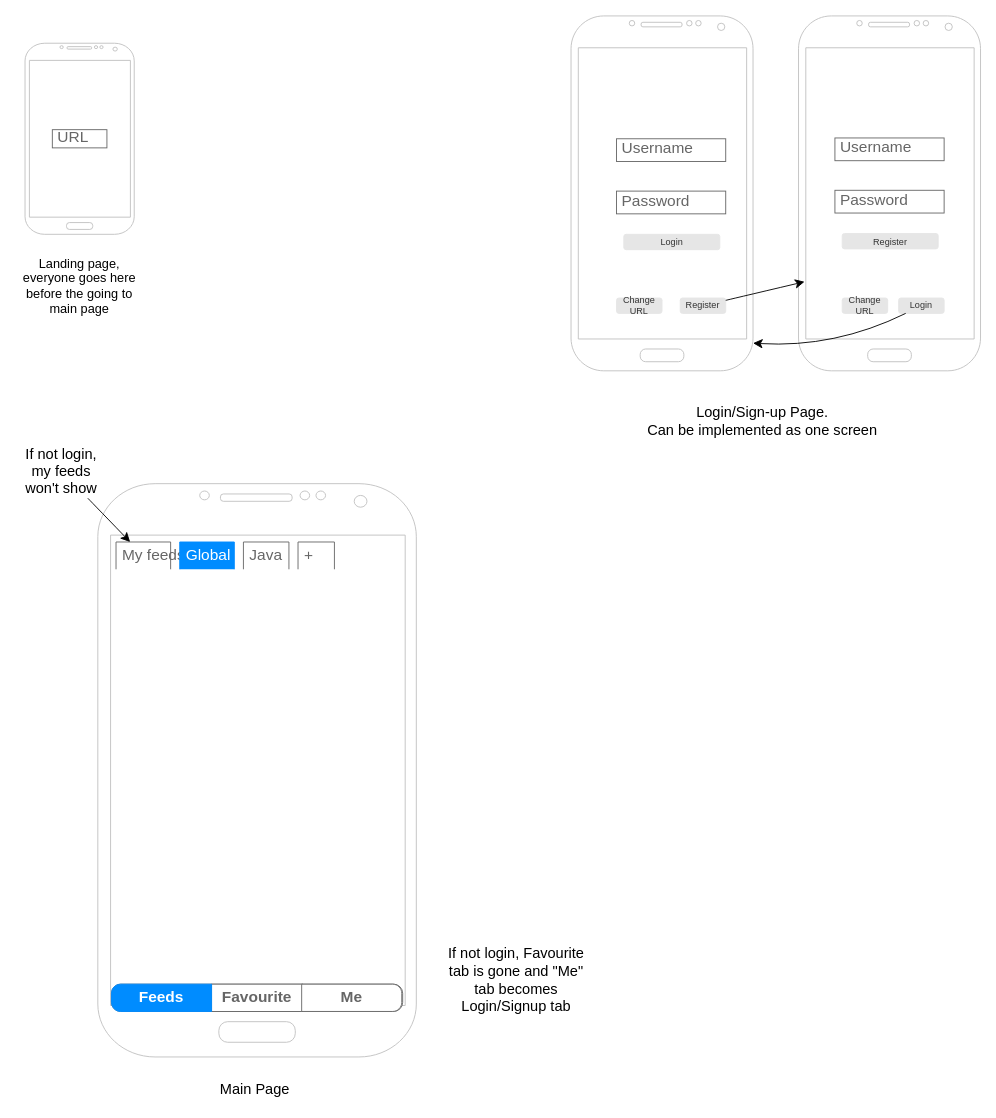
This is page "GUI" (4 of 6) of doc/diagrams.drawio from CXwudi/realworld-compose-http4k-example-app, a draw.io file, before an edit. Source tidied: cells renumbered, new cells numbered last; positions are measured from the earlier drawing's top-left corner, leaving out a move shared by most shapes. Both pictures are drawn from the tidied source at 91%, with x=0, y=0 at pixel (15, 15).
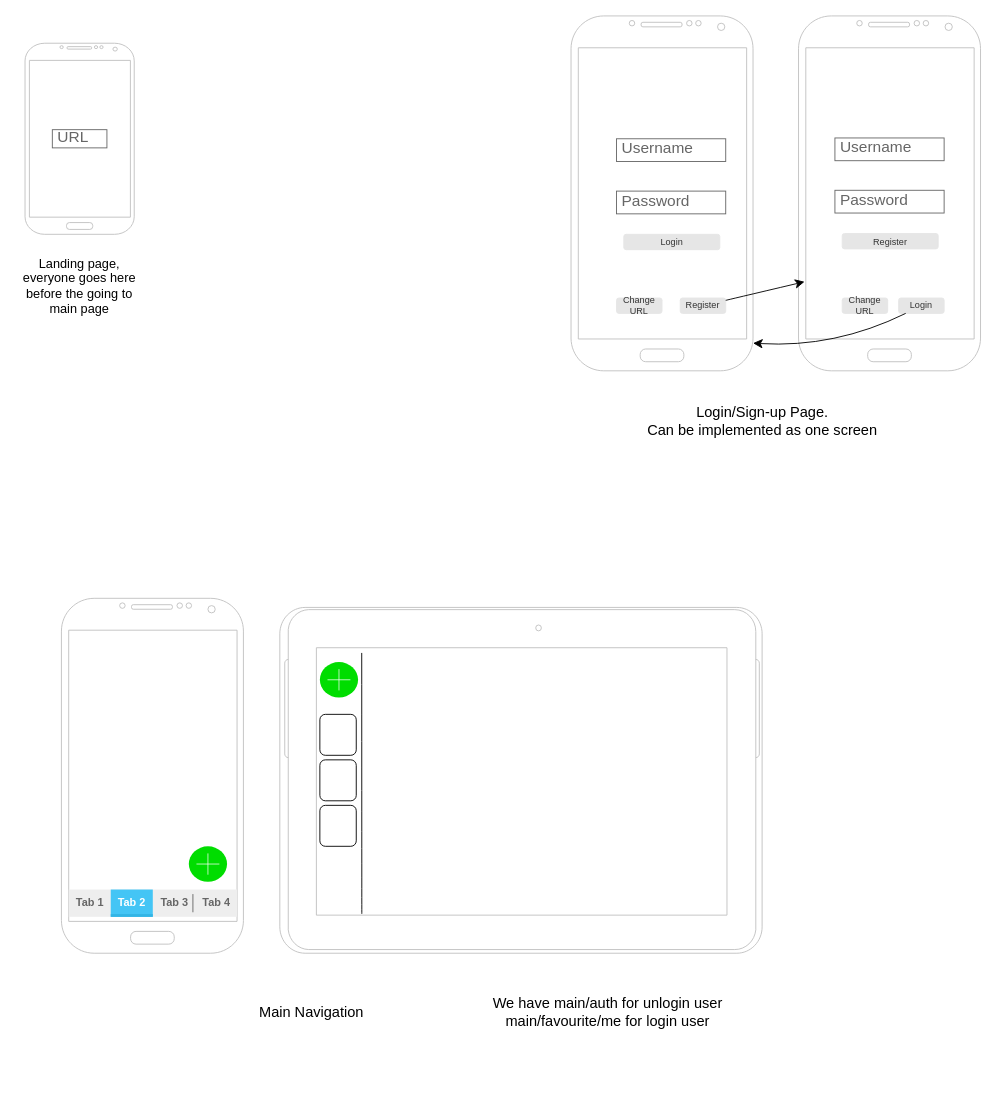
The same page after the edit.

Commit message:
🎨 Redesign main nav page with adaptive UI and add new article button

Add mobile and tablet-friendly layouts with improved navigation tabs and floating action buttons for article creation. Remove redundant phone mockup and simplify the overall UI structure.

Diff of the diagram source:
```diff
@@
-    <mxCell id="6" style="verticalLabelPosition=bottom;verticalAlign=top;html=1;shadow=0;dashed=0;strokeWidth=1;shape=mxgraph.android.phone2;strokeColor=#c0c0c0;rounded=0;align=center;fontFamily=Helvetica;fontSize=14;fontColor=default;fillColor=none;gradientColor=none;" parent="1" vertex="1">
-      <mxGeometry x="90" y="514" width="350" height="630" as="geometry" />
-    </mxCell>
@@
-    <mxCell id="19" value="My feeds" style="strokeWidth=1;shadow=0;dashed=0;align=center;html=1;shape=mxgraph.mockup.forms.uRect;fontSize=17;fontColor=#666666;align=left;spacingLeft=5;strokeColor=#666666;" parent="1" vertex="1">
-      <mxGeometry x="110" y="578.1" width="60" height="30" as="geometry" />
-    </mxCell>
-    <mxCell id="20" value="Global" style="strokeWidth=1;shadow=0;dashed=0;align=center;html=1;shape=mxgraph.mockup.forms.uRect;fontSize=17;fontColor=#ffffff;align=left;spacingLeft=5;strokeColor=#008cff;fillColor=#008cff;" parent="1" vertex="1">
-      <mxGeometry x="180" y="578.1" width="60" height="30" as="geometry" />
-    </mxCell>
-    <mxCell id="21" value="Java" style="strokeWidth=1;shadow=0;dashed=0;align=center;html=1;shape=mxgraph.mockup.forms.uRect;fontSize=17;fontColor=#666666;align=left;spacingLeft=5;strokeColor=#666666;" parent="1" vertex="1">
-      <mxGeometry x="250" y="578.1" width="50" height="30" as="geometry" />
-    </mxCell>
-    <mxCell id="22" value="+" style="strokeWidth=1;shadow=0;dashed=0;align=center;html=1;shape=mxgraph.mockup.forms.uRect;fontSize=17;fontColor=#666666;align=left;spacingLeft=5;strokeColor=#666666;" parent="1" vertex="1">
-      <mxGeometry x="310" y="578.1" width="40" height="30" as="geometry" />
-    </mxCell>
-    <mxCell id="23" style="edgeStyle=none;curved=1;rounded=0;jettySize=auto;html=1;fontSize=12;startSize=8;endSize=8;" parent="1" edge="1" source="24" target="19">
-      <mxGeometry relative="1" as="geometry" />
-    </mxCell>
-    <mxCell id="24" value="If not login, my feeds won't show" style="text;strokeColor=none;fillColor=none;html=1;align=center;verticalAlign=middle;whiteSpace=wrap;rounded=0;fontSize=16;" parent="1" vertex="1">
-      <mxGeometry y="470" width="100" height="60" as="geometry" />
-    </mxCell>
-    <mxCell id="25" value="Main Page&amp;nbsp;" style="text;strokeColor=none;fillColor=none;html=1;align=center;verticalAlign=middle;whiteSpace=wrap;rounded=0;fontSize=16;" parent="1" vertex="1">
-      <mxGeometry x="150" y="1164" width="230" height="30" as="geometry" />
+    <mxCell id="25" value="Main Navigation" style="text;strokeColor=none;fillColor=none;html=1;align=center;verticalAlign=middle;whiteSpace=wrap;rounded=0;fontSize=16;" parent="1" vertex="1">
+      <mxGeometry x="210" y="1080" width="230" height="30" as="geometry" />
     </mxCell>
-    <mxCell id="26" style="strokeWidth=1;shadow=0;dashed=0;align=center;html=1;shape=mxgraph.mockup.rrect;rSize=10;fillColor=#ffffff;strokeColor=#666666;" parent="1" vertex="1">
-      <mxGeometry x="105" y="1064" width="320" height="30" as="geometry" />
-    </mxCell>
-    <mxCell id="27" value="Favourite" style="strokeColor=inherit;fillColor=inherit;gradientColor=inherit;strokeWidth=1;shadow=0;dashed=0;align=center;html=1;shape=mxgraph.mockup.rrect;rSize=0;fontSize=17;fontColor=#666666;fontStyle=1;whiteSpace=wrap;" parent="26" vertex="1">
-      <mxGeometry width="100" height="30" relative="1" as="geometry">
-        <mxPoint x="110" as="offset" />
-      </mxGeometry>
-    </mxCell>
-    <mxCell id="28" value="Me" style="strokeColor=inherit;fillColor=inherit;gradientColor=inherit;strokeWidth=1;shadow=0;dashed=0;align=center;html=1;shape=mxgraph.mockup.rightButton;rSize=10;fontSize=17;fontColor=#666666;fontStyle=1;whiteSpace=wrap;" parent="26" vertex="1">
-      <mxGeometry x="1" width="110" height="30" relative="1" as="geometry">
-        <mxPoint x="-111" as="offset" />
-      </mxGeometry>
-    </mxCell>
-    <mxCell id="29" value="Feeds" style="strokeWidth=1;shadow=0;dashed=0;align=center;html=1;shape=mxgraph.mockup.leftButton;rSize=10;fontSize=17;fontColor=#ffffff;fontStyle=1;fillColor=#008cff;strokeColor=#008cff;whiteSpace=wrap;" parent="26" vertex="1">
-      <mxGeometry width="110" height="30" relative="1" as="geometry" />
-    </mxCell>
-    <mxCell id="30" value="If not login, Favourite tab is gone and &quot;Me&quot; tab becomes Login/Signup tab" style="text;strokeColor=none;fillColor=none;html=1;align=center;verticalAlign=middle;whiteSpace=wrap;rounded=0;fontSize=16;" parent="1" vertex="1">
-      <mxGeometry x="470" y="1004" width="160" height="110" as="geometry" />
-    </mxCell>
@@
+    <mxCell id="34" style="verticalLabelPosition=bottom;verticalAlign=top;html=1;shadow=0;dashed=0;strokeWidth=1;shape=mxgraph.android.phone2;strokeColor=#c0c0c0;rounded=0;align=center;fontFamily=Helvetica;fontSize=14;fontColor=default;fillColor=none;gradientColor=none;" parent="1" vertex="1">
+      <mxGeometry x="50" y="640" width="200" height="390" as="geometry" />
+    </mxCell>
+    <mxCell id="35" style="verticalLabelPosition=bottom;verticalAlign=top;html=1;shadow=0;dashed=0;strokeWidth=1;shape=mxgraph.android.tab2;strokeColor=#c0c0c0;direction=north;" parent="1" vertex="1">
+      <mxGeometry x="290" y="650" width="530" height="380" as="geometry" />
+    </mxCell>
+    <mxCell id="36" style="strokeWidth=1;html=1;shadow=0;dashed=0;shape=mxgraph.android.rrect;rSize=0;fillColor=#eeeeee;strokeColor=none;" parent="1" vertex="1">
+      <mxGeometry x="58" y="960" width="185" height="30" as="geometry" />
+    </mxCell>
+    <mxCell id="37" value="Tab 1" style="strokeWidth=1;html=1;shadow=0;dashed=0;shape=mxgraph.android.anchor;fontStyle=1;fontColor=#666666;" parent="36" vertex="1">
+      <mxGeometry width="46.2" height="30" as="geometry" />
+    </mxCell>
+    <mxCell id="38" value="Tab 2" style="strokeWidth=1;html=1;shadow=0;dashed=0;shape=mxgraph.android.rrect;rSize=0;fontStyle=1;fillColor=#44c5f5;strokeColor=none;fontColor=#ffffff;" parent="36" vertex="1">
+      <mxGeometry x="46.2" width="46.2" height="30" as="geometry" />
+    </mxCell>
+    <mxCell id="39" style="strokeWidth=1;html=1;shadow=0;dashed=0;shape=mxgraph.android.rrect;rSize=0;fillColor=#33b5e5;strokeColor=none;" parent="38" vertex="1">
+      <mxGeometry y="27" width="46.2" height="3" as="geometry" />
+    </mxCell>
+    <mxCell id="40" value="Tab 3" style="strokeWidth=1;html=1;shadow=0;dashed=0;shape=mxgraph.android.anchor;fontStyle=1;fontColor=#666666;" parent="36" vertex="1">
+      <mxGeometry x="92.5" width="46.2" height="30" as="geometry" />
+    </mxCell>
+    <mxCell id="41" value="Tab 4" style="strokeWidth=1;html=1;shadow=0;dashed=0;shape=mxgraph.android.anchor;fontStyle=1;fontColor=#666666;" parent="36" vertex="1">
+      <mxGeometry x="138.8" width="46.2" height="30" as="geometry" />
+    </mxCell>
+    <mxCell id="42" style="shape=line;strokeColor=#666666;direction=south;" parent="36" vertex="1">
+      <mxGeometry x="131.5" y="5" width="10" height="20" as="geometry" />
+    </mxCell>
+    <mxCell id="43" value="We have main/auth for unlogin user&lt;div&gt;main/favourite/me for login user&lt;/div&gt;" style="text;html=1;align=center;verticalAlign=middle;strokeColor=none;fillColor=none;fontSize=16;" parent="1" vertex="1">
+      <mxGeometry x="510" y="1070" width="280" height="50" as="geometry" />
+    </mxCell>
+    <mxCell id="44" style="endArrow=none;html=1;rounded=0;fontSize=12;startSize=8;endSize=8;curved=1;exitX=0.114;exitY=0.17;exitDx=0;exitDy=0;exitPerimeter=0;" parent="1" edge="1" source="35">
+      <mxGeometry relative="1" as="geometry">
+        <mxPoint x="380" y="700" as="targetPoint" />
+      </mxGeometry>
+    </mxCell>
+    <mxCell id="45" style="rounded=1;whiteSpace=wrap;html=1;" parent="1" vertex="1">
+      <mxGeometry x="334" y="767.5" width="40" height="45" as="geometry" />
+    </mxCell>
+    <mxCell id="46" style="rounded=1;whiteSpace=wrap;html=1;" parent="1" vertex="1">
+      <mxGeometry x="334" y="817.5" width="40" height="45" as="geometry" />
+    </mxCell>
+    <mxCell id="47" style="rounded=1;whiteSpace=wrap;html=1;" parent="1" vertex="1">
+      <mxGeometry x="334" y="867.5" width="40" height="45" as="geometry" />
+    </mxCell>
+    <mxCell id="48" style="html=1;verticalLabelPosition=bottom;labelBackgroundColor=#ffffff;verticalAlign=top;shadow=0;dashed=0;strokeWidth=2;shape=mxgraph.ios7.misc.add;fillColor=#00dd00;strokeColor=#ffffff;sketch=0;" parent="1" vertex="1">
+      <mxGeometry x="190" y="912.5" width="42" height="39" as="geometry" />
+    </mxCell>
+    <mxCell id="49" style="html=1;verticalLabelPosition=bottom;labelBackgroundColor=#ffffff;verticalAlign=top;shadow=0;dashed=0;strokeWidth=2;shape=mxgraph.ios7.misc.add;fillColor=#00dd00;strokeColor=#ffffff;sketch=0;" parent="1" vertex="1">
+      <mxGeometry x="334" y="710" width="42" height="39" as="geometry" />
+    </mxCell>
```
